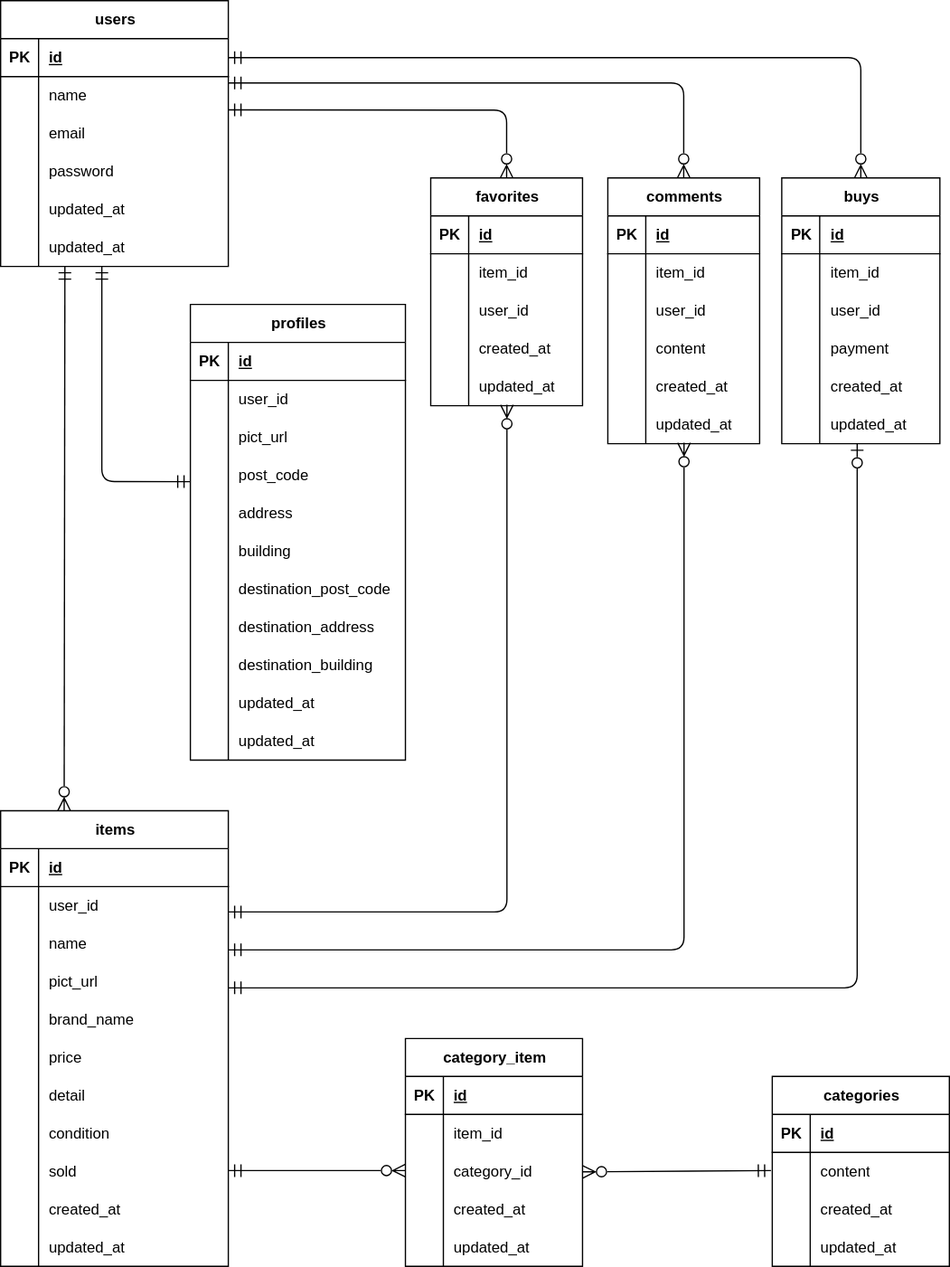
chatainazara/furima keeps this draw.io diagram as src/document/furima.drawio.svg. Above is the earlier version. Source tidied: cells renumbered, new cells last; positions are measured from the earlier drawing's top-left corner, leaving out a move shared by most shapes.
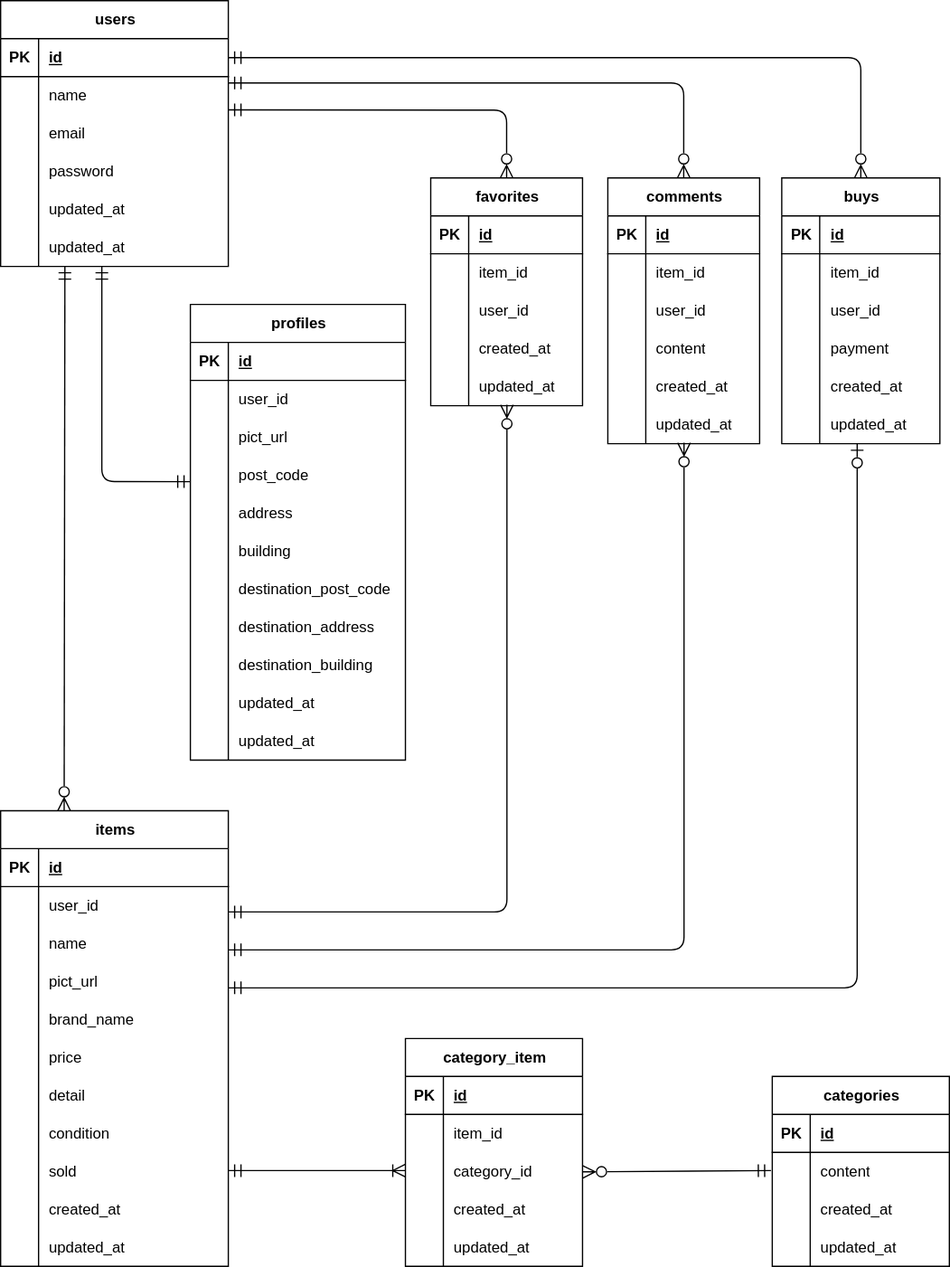
The same file after the commit.

The edit, as a diff of the source:
```diff
@@ -463,7 +463,7 @@
     <mxCell id="144" value="updated_at" style="shape=partialRectangle;fillColor=none;top=0;left=0;bottom=0;right=0;align=left;spacingLeft=6;overflow=hidden;whiteSpace=wrap;html=1;" parent="142" vertex="1">
       <mxGeometry x="30" width="110" height="30" as="geometry" />
     </mxCell>
-    <mxCell id="145" style="edgeStyle=none;orthogonalLoop=1;jettySize=auto;html=1;endArrow=ERmandOne;startArrow=ERzeroToMany;endSize=8;startSize=8;startFill=0;endFill=0;entryX=1;entryY=0.5;entryDx=0;entryDy=0;" parent="1" edge="1">
+    <mxCell id="145" style="edgeStyle=none;orthogonalLoop=1;jettySize=auto;html=1;endArrow=ERmandOne;startArrow=ERoneToMany;endSize=8;startSize=8;startFill=0;endFill=0;entryX=1;entryY=0.5;entryDx=0;entryDy=0;" parent="1" edge="1">
       <mxGeometry relative="1" as="geometry">
         <mxPoint x="320" y="924.4" as="sourcePoint" />
         <mxPoint x="180" y="924.4" as="targetPoint" />
```
